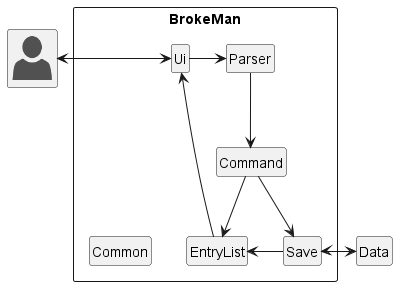
This is docs/images/ArchitectureDiagram.png from nus-cs2113-AY2223S2/tp, a PlantUML export, as it was before one commit.
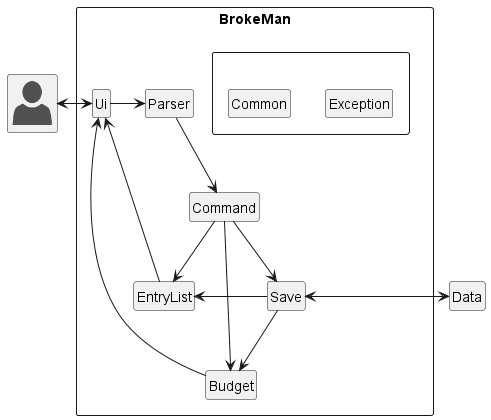
After the commit.

The edit, as a diff of the source:
```diff
@@ -11,7 +11,11 @@
     class Parser
     class Save
     class EntryList
-    class Common
+    class Budget
+    Package " " <<Rectangle>> {
+        class Exception
+        class Common
+    }
 }
 
 class "<$user>" as User
@@ -20,11 +24,15 @@
 Ui -> Parser
 Parser --> Command
 Command --> EntryList
+Command -left-> Budget
 Command -right-> Save
 Save <-> Data
 Save -left> EntryList
+Save --> Budget
 EntryList -> Ui
-EntryList -left[hidden]> Common
+Budget -> Ui
+Parser -[hidden]> Common
+Common -[hidden]> Exception
 
 
 @enduml
```
